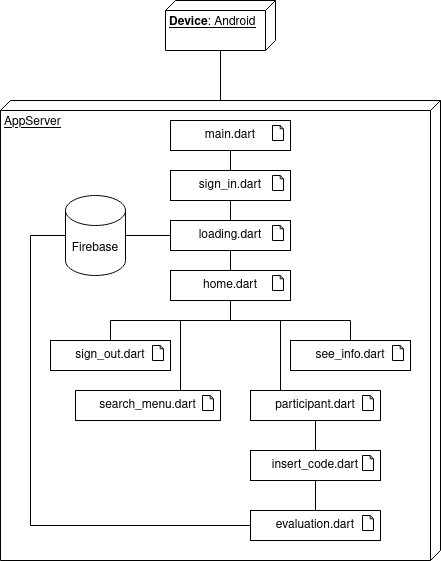
This is images/physical_architecture.png from FEUP-ESOF-2020-21/open-cx-t2g2-teamnamenotfound, a draw.io export, as it was before one commit. Source tidied: cells renumbered, new cells last; positions are measured from the earlier drawing's top-left corner, leaving out a move shared by most shapes.
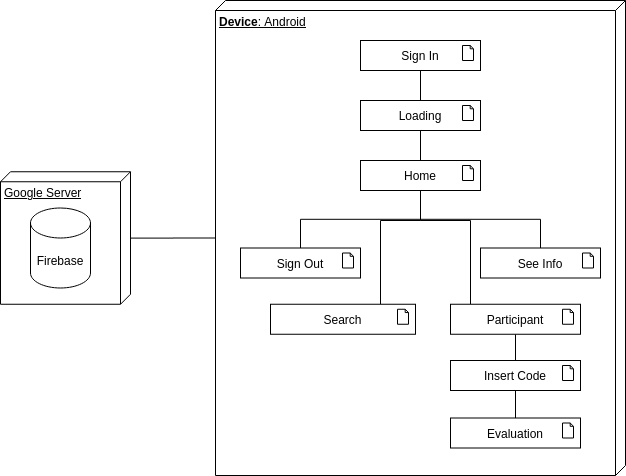
Later version of the same file.

Commit message:
physical architecture updated

The edit, as a diff of the source:
```diff
@@ -6,94 +6,74 @@
       <mxGeometry relative="1" as="geometry" />
     </mxCell>
     <mxCell id="3" value="&lt;b&gt;Device&lt;/b&gt;: Android" style="verticalAlign=top;align=left;spacingTop=8;spacingLeft=2;spacingRight=12;shape=cube;size=10;direction=south;fontStyle=4;html=1;" parent="1" vertex="1">
-      <mxGeometry x="165" width="110" height="50" as="geometry" />
+      <mxGeometry x="245" y="-40" width="410" height="475" as="geometry" />
     </mxCell>
-    <mxCell id="4" value="AppServer" style="verticalAlign=top;align=left;spacingTop=8;spacingLeft=2;spacingRight=12;shape=cube;size=10;direction=south;fontStyle=4;html=1;" parent="1" vertex="1">
-      <mxGeometry y="100" width="440" height="460" as="geometry" />
+    <mxCell id="4" value="Google Server" style="verticalAlign=top;align=left;spacingTop=8;spacingLeft=2;spacingRight=12;shape=cube;size=10;direction=south;fontStyle=4;html=1;" parent="1" vertex="1">
+      <mxGeometry x="30" y="131.2" width="130" height="132.5" as="geometry" />
     </mxCell>
-    <mxCell id="5" value="main.dart" style="html=1;outlineConnect=0;whiteSpace=wrap;shape=mxgraph.archimate.application;appType=artifact;" parent="1" vertex="1">
-      <mxGeometry x="170" y="120" width="120" height="30" as="geometry" />
-    </mxCell>
-    <mxCell id="6" style="edgeStyle=orthogonalEdgeStyle;rounded=0;jettySize=auto;html=1;endArrow=none;endFill=0;" parent="1" edge="1" source="8" target="5">
-      <mxGeometry relative="1" as="geometry" />
-    </mxCell>
-    <mxCell id="7" style="edgeStyle=orthogonalEdgeStyle;rounded=0;jettySize=auto;html=1;endArrow=none;endFill=0;" parent="1" edge="1" source="8" target="5">
-      <mxGeometry relative="1" as="geometry" />
-    </mxCell>
-    <mxCell id="8" value="sign_in.dart" style="html=1;outlineConnect=0;whiteSpace=wrap;shape=mxgraph.archimate.application;appType=artifact;" parent="1" vertex="1">
-      <mxGeometry x="170" y="170" width="120" height="30" as="geometry" />
-    </mxCell>
-    <mxCell id="9" style="edgeStyle=orthogonalEdgeStyle;rounded=0;jettySize=auto;html=1;endArrow=none;endFill=0;" parent="1" edge="1" source="10" target="8">
-      <mxGeometry relative="1" as="geometry" />
-    </mxCell>
-    <mxCell id="10" value="loading.dart" style="html=1;outlineConnect=0;whiteSpace=wrap;shape=mxgraph.archimate.application;appType=artifact;" parent="1" vertex="1">
-      <mxGeometry x="170" y="220" width="120" height="30" as="geometry" />
-    </mxCell>
-    <mxCell id="11" style="edgeStyle=orthogonalEdgeStyle;rounded=0;jettySize=auto;html=1;endArrow=none;endFill=0;" parent="1" edge="1" source="13" target="10">
-      <mxGeometry relative="1" as="geometry" />
-    </mxCell>
-    <mxCell id="12" style="edgeStyle=orthogonalEdgeStyle;rounded=0;jettySize=auto;html=1;endArrow=none;endFill=0;" parent="1" edge="1" source="13" target="18">
-      <mxGeometry relative="1" as="geometry" />
-    </mxCell>
-    <mxCell id="13" value="home.dart" style="html=1;outlineConnect=0;whiteSpace=wrap;shape=mxgraph.archimate.application;appType=artifact;" parent="1" vertex="1">
-      <mxGeometry x="170" y="270" width="120" height="30" as="geometry" />
-    </mxCell>
-    <mxCell id="14" style="edgeStyle=orthogonalEdgeStyle;rounded=0;jettySize=auto;html=1;endArrow=none;endFill=0;" parent="1" edge="1" source="15" target="10">
-      <mxGeometry relative="1" as="geometry" />
-    </mxCell>
     <mxCell id="15" value="Firebase" style="shape=cylinder3;whiteSpace=wrap;html=1;boundedLbl=1;backgroundOutline=1;size=15;" parent="1" vertex="1">
-      <mxGeometry x="65" y="195" width="60" height="80" as="geometry" />
+      <mxGeometry x="60" y="167.5" width="60" height="80" as="geometry" />
     </mxCell>
-    <mxCell id="16" style="edgeStyle=orthogonalEdgeStyle;rounded=0;jettySize=auto;html=1;endArrow=none;endFill=0;" parent="1" edge="1" source="17" target="13">
-      <mxGeometry relative="1" as="geometry">
-        <Array as="points">
-          <mxPoint x="180" y="320" />
-          <mxPoint x="230" y="320" />
-        </Array>
-      </mxGeometry>
-    </mxCell>
-    <mxCell id="17" value="search_menu.dart" style="html=1;outlineConnect=0;whiteSpace=wrap;shape=mxgraph.archimate.application;appType=artifact;" parent="1" vertex="1">
-      <mxGeometry x="75" y="390" width="145" height="30" as="geometry" />
-    </mxCell>
-    <mxCell id="18" value="sign_out.dart" style="html=1;outlineConnect=0;whiteSpace=wrap;shape=mxgraph.archimate.application;appType=artifact;" parent="1" vertex="1">
-      <mxGeometry x="50" y="340" width="120" height="30" as="geometry" />
-    </mxCell>
-    <mxCell id="19" style="edgeStyle=orthogonalEdgeStyle;rounded=0;jettySize=auto;html=1;endArrow=none;endFill=0;" parent="1" edge="1" source="20" target="13">
-      <mxGeometry relative="1" as="geometry" />
-    </mxCell>
-    <mxCell id="20" value="see_info.dart" style="html=1;outlineConnect=0;whiteSpace=wrap;shape=mxgraph.archimate.application;appType=artifact;" parent="1" vertex="1">
-      <mxGeometry x="290" y="340" width="120" height="30" as="geometry" />
-    </mxCell>
-    <mxCell id="21" style="edgeStyle=orthogonalEdgeStyle;rounded=0;jettySize=auto;html=1;endArrow=none;endFill=0;" parent="1" edge="1" source="23" target="13">
-      <mxGeometry relative="1" as="geometry">
-        <Array as="points">
-          <mxPoint x="280" y="320" />
-          <mxPoint x="230" y="320" />
-        </Array>
-      </mxGeometry>
-    </mxCell>
-    <mxCell id="22" style="edgeStyle=orthogonalEdgeStyle;rounded=0;jettySize=auto;html=1;endArrow=none;endFill=0;" parent="1" edge="1" source="23" target="27">
-      <mxGeometry relative="1" as="geometry" />
-    </mxCell>
-    <mxCell id="23" value="&lt;div&gt;participant.dart&lt;/div&gt;" style="html=1;outlineConnect=0;whiteSpace=wrap;shape=mxgraph.archimate.application;appType=artifact;" parent="1" vertex="1">
-      <mxGeometry x="250" y="390" width="130" height="30" as="geometry" />
-    </mxCell>
-    <mxCell id="24" style="edgeStyle=orthogonalEdgeStyle;rounded=0;jettySize=auto;html=1;endArrow=none;endFill=0;" parent="1" edge="1" source="25" target="15">
-      <mxGeometry relative="1" as="geometry">
-        <Array as="points">
-          <mxPoint x="30" y="525" />
-          <mxPoint x="30" y="235" />
-        </Array>
-      </mxGeometry>
-    </mxCell>
-    <mxCell id="25" value="&lt;div&gt;evaluation.dart&lt;/div&gt;" style="html=1;outlineConnect=0;whiteSpace=wrap;shape=mxgraph.archimate.application;appType=artifact;" parent="1" vertex="1">
-      <mxGeometry x="250" y="510" width="130" height="30" as="geometry" />
-    </mxCell>
-    <mxCell id="26" style="edgeStyle=orthogonalEdgeStyle;rounded=0;jettySize=auto;html=1;endArrow=none;endFill=0;" parent="1" edge="1" source="27" target="25">
-      <mxGeometry relative="1" as="geometry" />
-    </mxCell>
-    <mxCell id="27" value="&lt;div&gt;insert_code.dart&lt;/div&gt;" style="html=1;outlineConnect=0;whiteSpace=wrap;shape=mxgraph.archimate.application;appType=artifact;" parent="1" vertex="1">
-      <mxGeometry x="250" y="450" width="130" height="30" as="geometry" />
-    </mxCell>
+    <mxCell id="28" value="Sign In" style="html=1;outlineConnect=0;whiteSpace=wrap;shape=mxgraph.archimate.application;appType=artifact;" parent="1" vertex="1">
+      <mxGeometry x="390" width="120" height="30" as="geometry" />
+    </mxCell>
+    <mxCell id="29" style="edgeStyle=orthogonalEdgeStyle;rounded=0;jettySize=auto;html=1;endArrow=none;endFill=0;" parent="1" edge="1" source="30" target="28">
+      <mxGeometry relative="1" as="geometry" />
+    </mxCell>
+    <mxCell id="30" value="Loading" style="html=1;outlineConnect=0;whiteSpace=wrap;shape=mxgraph.archimate.application;appType=artifact;" parent="1" vertex="1">
+      <mxGeometry x="390" y="60" width="120" height="30" as="geometry" />
+    </mxCell>
+    <mxCell id="31" style="edgeStyle=orthogonalEdgeStyle;rounded=0;jettySize=auto;html=1;endArrow=none;endFill=0;" parent="1" edge="1" source="36" target="30">
+      <mxGeometry relative="1" as="geometry" />
+    </mxCell>
+    <mxCell id="32" style="edgeStyle=orthogonalEdgeStyle;rounded=0;jettySize=auto;html=1;endArrow=none;endFill=0;" parent="1" edge="1" source="36" target="44">
+      <mxGeometry relative="1" as="geometry" />
+    </mxCell>
+    <mxCell id="33" style="edgeStyle=orthogonalEdgeStyle;rounded=0;jettySize=auto;html=1;endArrow=none;endFill=0;" parent="1" edge="1" source="36" target="37">
+      <mxGeometry relative="1" as="geometry" />
+    </mxCell>
+    <mxCell id="34" style="edgeStyle=orthogonalEdgeStyle;rounded=0;jettySize=auto;html=1;endArrow=none;endFill=0;" parent="1" edge="1" source="36" target="43">
+      <mxGeometry relative="1" as="geometry">
+        <Array as="points">
+          <mxPoint x="450" y="180" />
+          <mxPoint x="410" y="180" />
+        </Array>
+      </mxGeometry>
+    </mxCell>
+    <mxCell id="35" style="edgeStyle=orthogonalEdgeStyle;rounded=0;jettySize=auto;html=1;endArrow=none;endFill=0;" parent="1" edge="1" source="36" target="39">
+      <mxGeometry relative="1" as="geometry">
+        <Array as="points">
+          <mxPoint x="450" y="180" />
+          <mxPoint x="500" y="180" />
+        </Array>
+      </mxGeometry>
+    </mxCell>
+    <mxCell id="36" value="Home" style="html=1;outlineConnect=0;whiteSpace=wrap;shape=mxgraph.archimate.application;appType=artifact;" parent="1" vertex="1">
+      <mxGeometry x="390" y="120" width="120" height="30" as="geometry" />
+    </mxCell>
+    <mxCell id="37" value="See Info" style="html=1;outlineConnect=0;whiteSpace=wrap;shape=mxgraph.archimate.application;appType=artifact;" parent="1" vertex="1">
+      <mxGeometry x="510" y="207.5" width="120" height="30" as="geometry" />
+    </mxCell>
+    <mxCell id="38" style="edgeStyle=orthogonalEdgeStyle;rounded=0;jettySize=auto;html=1;entryX=0.5;entryY=0;entryDx=0;entryDy=0;entryPerimeter=0;endArrow=none;endFill=0;" parent="1" edge="1" source="39" target="42">
+      <mxGeometry relative="1" as="geometry" />
+    </mxCell>
+    <mxCell id="39" value="Participant" style="html=1;outlineConnect=0;whiteSpace=wrap;shape=mxgraph.archimate.application;appType=artifact;" parent="1" vertex="1">
+      <mxGeometry x="480" y="263.8" width="130" height="30" as="geometry" />
+    </mxCell>
+    <mxCell id="40" value="&lt;div&gt;Evaluation&lt;/div&gt;" style="html=1;outlineConnect=0;whiteSpace=wrap;shape=mxgraph.archimate.application;appType=artifact;" parent="1" vertex="1">
+      <mxGeometry x="480" y="377.5" width="130" height="30" as="geometry" />
+    </mxCell>
+    <mxCell id="41" style="edgeStyle=orthogonalEdgeStyle;rounded=0;jettySize=auto;html=1;endArrow=none;endFill=0;" parent="1" edge="1" source="42" target="40">
+      <mxGeometry relative="1" as="geometry" />
+    </mxCell>
+    <mxCell id="42" value="Insert Code" style="html=1;outlineConnect=0;whiteSpace=wrap;shape=mxgraph.archimate.application;appType=artifact;" parent="1" vertex="1">
+      <mxGeometry x="480" y="320" width="130" height="30" as="geometry" />
+    </mxCell>
+    <mxCell id="43" value="Search" style="html=1;outlineConnect=0;whiteSpace=wrap;shape=mxgraph.archimate.application;appType=artifact;" parent="1" vertex="1">
+      <mxGeometry x="300" y="263.8" width="145" height="30" as="geometry" />
+    </mxCell>
+    <mxCell id="44" value="Sign Out" style="html=1;outlineConnect=0;whiteSpace=wrap;shape=mxgraph.archimate.application;appType=artifact;" parent="1" vertex="1">
+      <mxGeometry x="270" y="207.5" width="120" height="30" as="geometry" />
+    </mxCell>
   </root>
 </mxGraphModel>
```
